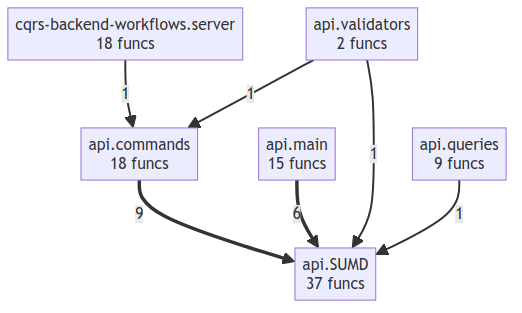
semcod/codot keeps this Mermaid diagram as project/compact_flow.png. Above is the earlier version. Its source is kept beside it as project/compact_flow.mmd. Source of this version:
```mermaid
flowchart TD
    api__SUMD["api.SUMD<br/>37 funcs"]
    api__commands["api.commands<br/>18 funcs"]
    api__main["api.main<br/>15 funcs"]
    api__queries["api.queries<br/>9 funcs"]
    api__validators["api.validators<br/>2 funcs"]
    cqrs_backend_workflows__server["cqrs-backend-workflows.server<br/>18 funcs"]
    api__commands ==>|9| api__SUMD
    api__main ==>|6| api__SUMD
    cqrs_backend_workflows__server -->|1| api__commands
    api__validators -->|1| api__commands
    api__validators -->|1| api__SUMD
    api__queries -->|1| api__SUMD
```
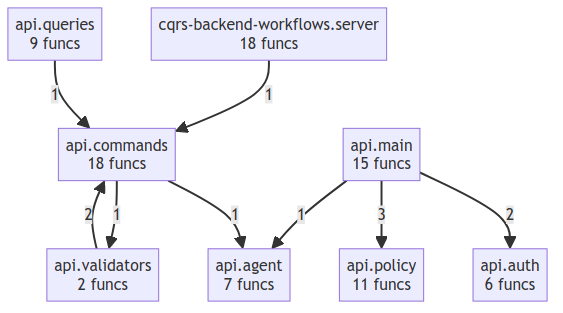
The same diagram one commit later.

Change to the diagram source:
```diff
@@ -1,13 +1,17 @@
 flowchart TD
-    api__SUMD["api.SUMD<br/>37 funcs"]
+    api__agent["api.agent<br/>7 funcs"]
+    api__auth["api.auth<br/>6 funcs"]
     api__commands["api.commands<br/>18 funcs"]
     api__main["api.main<br/>15 funcs"]
+    api__policy["api.policy<br/>11 funcs"]
     api__queries["api.queries<br/>9 funcs"]
     api__validators["api.validators<br/>2 funcs"]
     cqrs_backend_workflows__server["cqrs-backend-workflows.server<br/>18 funcs"]
-    api__commands ==>|9| api__SUMD
-    api__main ==>|6| api__SUMD
+    api__main -->|3| api__policy
+    api__main -->|2| api__auth
+    api__validators -->|2| api__commands
     cqrs_backend_workflows__server -->|1| api__commands
-    api__validators -->|1| api__commands
-    api__validators -->|1| api__SUMD
-    api__queries -->|1| api__SUMD
+    api__main -->|1| api__agent
+    api__commands -->|1| api__validators
+    api__commands -->|1| api__agent
+    api__queries -->|1| api__commands
```
